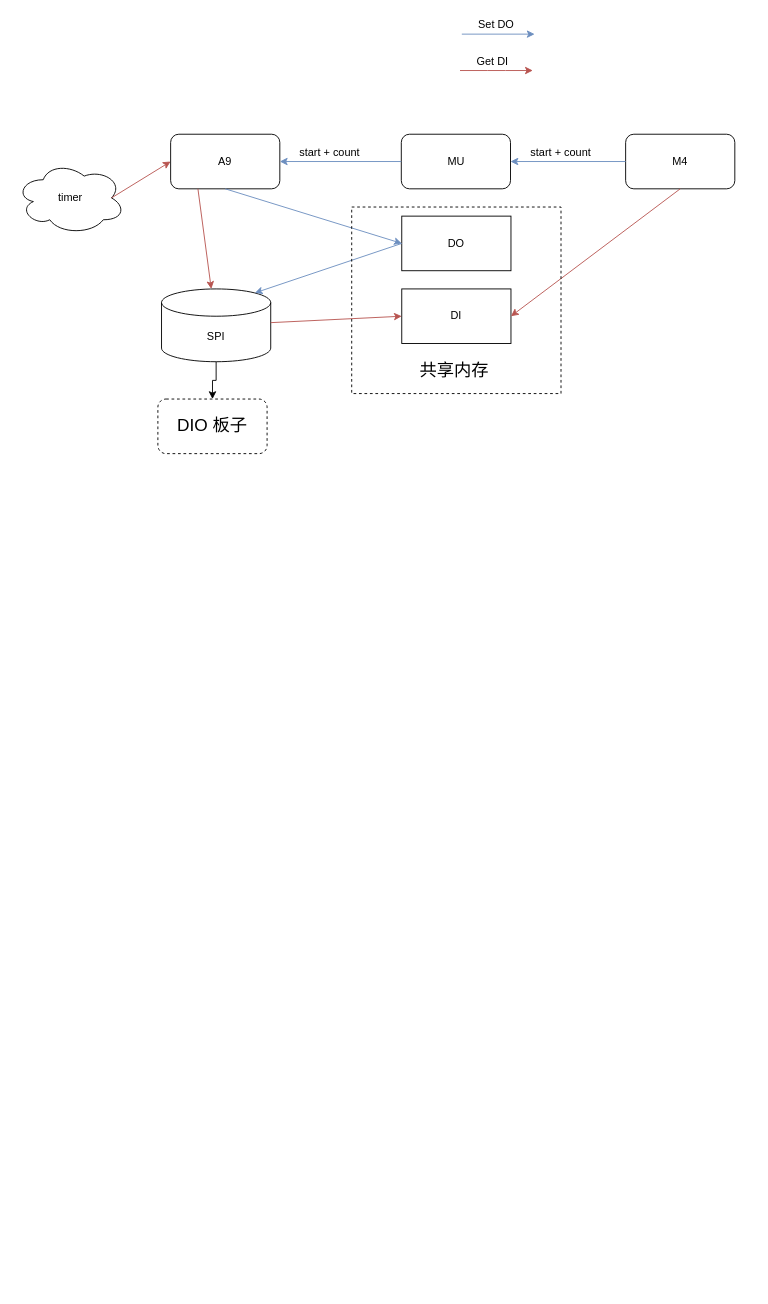
Before: page "DIO" (1 of 2) of documents/双核交互结构.drawio in iceboy0037/dut_test, a draw.io diagram. Source tidied: cells renumbered, new cells numbered last; positions are measured from the earlier drawing's top-left corner, leaving out a move shared by most shapes. Both pictures are drawn from the tidied source at 91%, with x=0, y=0 at pixel (15, 15).
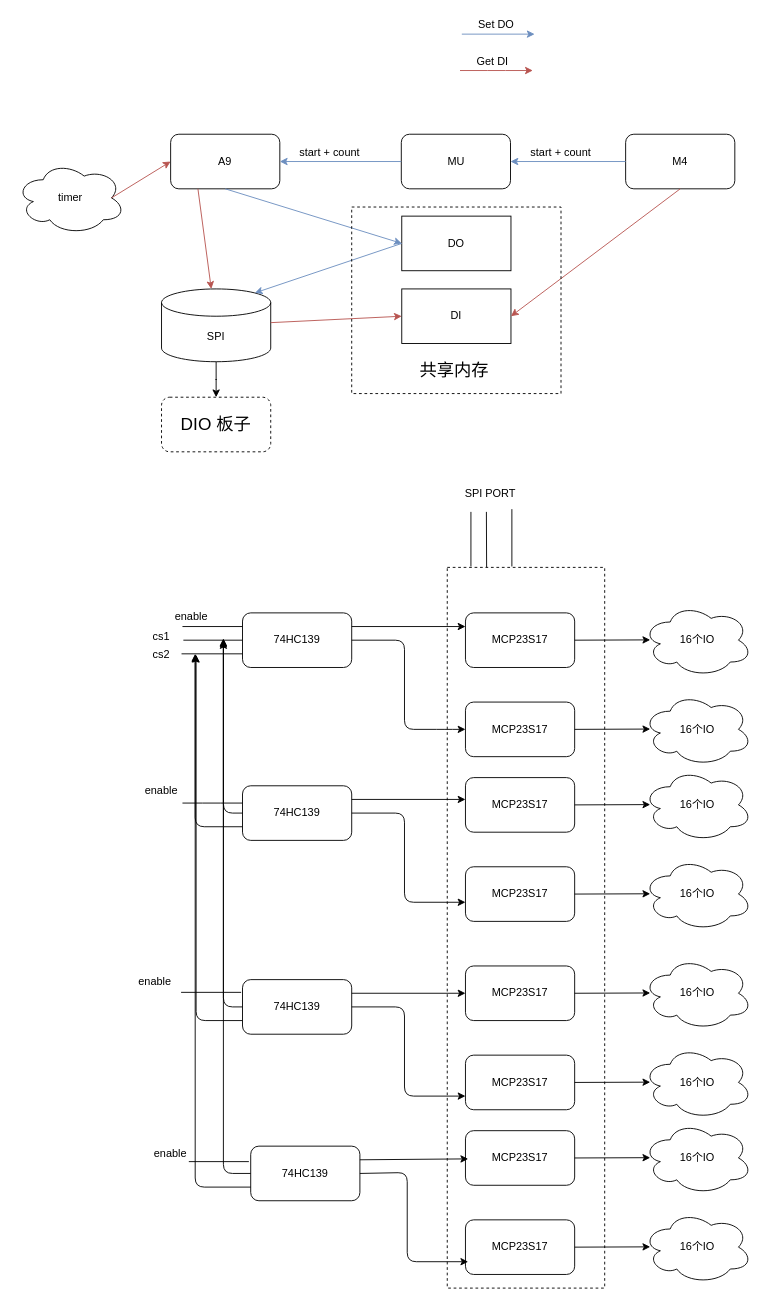
After the change.

What changed in the source:
```diff
@@
     <mxCell id="27" value="&lt;font color=&quot;#000000&quot;&gt;DIO 板子&lt;/font&gt;" style="rounded=1;whiteSpace=wrap;html=1;dashed=1;sketch=0;fillColor=none;fontSize=19;" parent="1" vertex="1">
-      <mxGeometry x="156" y="421" width="120" height="60" as="geometry" />
+      <mxGeometry x="160" y="419" width="120" height="60" as="geometry" />
     </mxCell>
+    <mxCell id="28" value="MCP23S17" style="rounded=1;whiteSpace=wrap;html=1;" parent="1" vertex="1">
+      <mxGeometry x="494" y="656" width="120" height="60" as="geometry" />
+    </mxCell>
+    <mxCell id="29" value="16个IO" style="ellipse;shape=cloud;whiteSpace=wrap;html=1;" parent="1" vertex="1">
+      <mxGeometry x="689" y="646" width="120" height="80" as="geometry" />
+    </mxCell>
+    <mxCell id="30" style="endArrow=classic;html=1;exitX=1;exitY=0.5;exitDx=0;exitDy=0;entryX=0.067;entryY=0.496;entryDx=0;entryDy=0;entryPerimeter=0;" parent="1" edge="1" source="28" target="29">
+      <mxGeometry relative="1" as="geometry" />
+    </mxCell>
+    <mxCell id="31" value="MCP23S17" style="rounded=1;whiteSpace=wrap;html=1;" parent="1" vertex="1">
+      <mxGeometry x="494" y="754" width="120" height="60" as="geometry" />
+    </mxCell>
+    <mxCell id="32" value="16个IO" style="ellipse;shape=cloud;whiteSpace=wrap;html=1;" parent="1" vertex="1">
+      <mxGeometry x="689" y="744" width="120" height="80" as="geometry" />
+    </mxCell>
+    <mxCell id="33" style="endArrow=classic;html=1;exitX=1;exitY=0.5;exitDx=0;exitDy=0;entryX=0.067;entryY=0.496;entryDx=0;entryDy=0;entryPerimeter=0;" parent="1" edge="1" source="31" target="32">
+      <mxGeometry relative="1" as="geometry" />
+    </mxCell>
+    <mxCell id="34" value="MCP23S17" style="rounded=1;whiteSpace=wrap;html=1;" parent="1" vertex="1">
+      <mxGeometry x="494" y="837" width="120" height="60" as="geometry" />
+    </mxCell>
+    <mxCell id="35" value="16个IO" style="ellipse;shape=cloud;whiteSpace=wrap;html=1;" parent="1" vertex="1">
+      <mxGeometry x="689" y="827" width="120" height="80" as="geometry" />
+    </mxCell>
+    <mxCell id="36" style="endArrow=classic;html=1;exitX=1;exitY=0.5;exitDx=0;exitDy=0;entryX=0.067;entryY=0.496;entryDx=0;entryDy=0;entryPerimeter=0;" parent="1" edge="1" source="34" target="35">
+      <mxGeometry relative="1" as="geometry" />
+    </mxCell>
+    <mxCell id="37" value="MCP23S17" style="rounded=1;whiteSpace=wrap;html=1;" parent="1" vertex="1">
+      <mxGeometry x="494" y="935" width="120" height="60" as="geometry" />
+    </mxCell>
+    <mxCell id="38" value="16个IO" style="ellipse;shape=cloud;whiteSpace=wrap;html=1;" parent="1" vertex="1">
+      <mxGeometry x="689" y="925" width="120" height="80" as="geometry" />
+    </mxCell>
+    <mxCell id="39" style="endArrow=classic;html=1;exitX=1;exitY=0.5;exitDx=0;exitDy=0;entryX=0.067;entryY=0.496;entryDx=0;entryDy=0;entryPerimeter=0;" parent="1" edge="1" source="37" target="38">
+      <mxGeometry relative="1" as="geometry" />
+    </mxCell>
+    <mxCell id="40" value="MCP23S17" style="rounded=1;whiteSpace=wrap;html=1;" parent="1" vertex="1">
+      <mxGeometry x="494" y="1044" width="120" height="60" as="geometry" />
+    </mxCell>
+    <mxCell id="41" value="16个IO" style="ellipse;shape=cloud;whiteSpace=wrap;html=1;" parent="1" vertex="1">
+      <mxGeometry x="689" y="1034" width="120" height="80" as="geometry" />
+    </mxCell>
+    <mxCell id="42" style="endArrow=classic;html=1;exitX=1;exitY=0.5;exitDx=0;exitDy=0;entryX=0.067;entryY=0.496;entryDx=0;entryDy=0;entryPerimeter=0;" parent="1" edge="1" source="40" target="41">
+      <mxGeometry relative="1" as="geometry" />
+    </mxCell>
+    <mxCell id="43" value="MCP23S17" style="rounded=1;whiteSpace=wrap;html=1;" parent="1" vertex="1">
+      <mxGeometry x="494" y="1142" width="120" height="60" as="geometry" />
+    </mxCell>
+    <mxCell id="44" value="16个IO" style="ellipse;shape=cloud;whiteSpace=wrap;html=1;" parent="1" vertex="1">
+      <mxGeometry x="689" y="1132" width="120" height="80" as="geometry" />
+    </mxCell>
+    <mxCell id="45" style="endArrow=classic;html=1;exitX=1;exitY=0.5;exitDx=0;exitDy=0;entryX=0.067;entryY=0.496;entryDx=0;entryDy=0;entryPerimeter=0;" parent="1" edge="1" source="43" target="44">
+      <mxGeometry relative="1" as="geometry" />
+    </mxCell>
+    <mxCell id="46" value="MCP23S17" style="rounded=1;whiteSpace=wrap;html=1;" parent="1" vertex="1">
+      <mxGeometry x="494" y="1225" width="120" height="60" as="geometry" />
+    </mxCell>
+    <mxCell id="47" value="16个IO" style="ellipse;shape=cloud;whiteSpace=wrap;html=1;" parent="1" vertex="1">
+      <mxGeometry x="689" y="1215" width="120" height="80" as="geometry" />
+    </mxCell>
+    <mxCell id="48" style="endArrow=classic;html=1;exitX=1;exitY=0.5;exitDx=0;exitDy=0;entryX=0.067;entryY=0.496;entryDx=0;entryDy=0;entryPerimeter=0;" parent="1" edge="1" source="46" target="47">
+      <mxGeometry relative="1" as="geometry" />
+    </mxCell>
+    <mxCell id="49" value="MCP23S17" style="rounded=1;whiteSpace=wrap;html=1;" parent="1" vertex="1">
+      <mxGeometry x="494" y="1323" width="120" height="60" as="geometry" />
+    </mxCell>
+    <mxCell id="50" value="16个IO" style="ellipse;shape=cloud;whiteSpace=wrap;html=1;" parent="1" vertex="1">
+      <mxGeometry x="689" y="1313" width="120" height="80" as="geometry" />
+    </mxCell>
+    <mxCell id="51" style="endArrow=classic;html=1;exitX=1;exitY=0.5;exitDx=0;exitDy=0;entryX=0.067;entryY=0.496;entryDx=0;entryDy=0;entryPerimeter=0;" parent="1" edge="1" source="49" target="50">
+      <mxGeometry relative="1" as="geometry" />
+    </mxCell>
+    <mxCell id="52" value="74HC139" style="rounded=1;whiteSpace=wrap;html=1;" parent="1" vertex="1">
+      <mxGeometry x="249" y="656" width="120" height="60" as="geometry" />
+    </mxCell>
+    <mxCell id="53" style="endArrow=classic;html=1;entryX=0;entryY=0.25;entryDx=0;entryDy=0;exitX=1;exitY=0.25;exitDx=0;exitDy=0;" parent="1" edge="1" source="52" target="28">
+      <mxGeometry relative="1" as="geometry" />
+    </mxCell>
+    <mxCell id="54" style="endArrow=classic;html=1;entryX=0;entryY=0.5;entryDx=0;entryDy=0;exitX=1;exitY=0.5;exitDx=0;exitDy=0;" parent="1" edge="1" source="52" target="31">
+      <mxGeometry relative="1" as="geometry">
+        <Array as="points">
+          <mxPoint x="427" y="686" />
+          <mxPoint x="427" y="784" />
+          <mxPoint x="472" y="784" />
+        </Array>
+      </mxGeometry>
+    </mxCell>
+    <mxCell id="55" value="74HC139" style="rounded=1;whiteSpace=wrap;html=1;" parent="1" vertex="1">
+      <mxGeometry x="249" y="846" width="120" height="60" as="geometry" />
+    </mxCell>
+    <mxCell id="56" style="endArrow=classic;html=1;entryX=0;entryY=0.25;entryDx=0;entryDy=0;exitX=1;exitY=0.25;exitDx=0;exitDy=0;" parent="1" edge="1" source="55">
+      <mxGeometry relative="1" as="geometry">
+        <mxPoint x="494" y="861" as="targetPoint" />
+      </mxGeometry>
+    </mxCell>
+    <mxCell id="57" style="endArrow=classic;html=1;entryX=0;entryY=0.5;entryDx=0;entryDy=0;exitX=1;exitY=0.5;exitDx=0;exitDy=0;" parent="1" edge="1" source="55">
+      <mxGeometry relative="1" as="geometry">
+        <mxPoint x="494" y="974" as="targetPoint" />
+        <Array as="points">
+          <mxPoint x="427" y="876" />
+          <mxPoint x="427" y="974" />
+        </Array>
+      </mxGeometry>
+    </mxCell>
+    <mxCell id="58" value="74HC139" style="rounded=1;whiteSpace=wrap;html=1;" parent="1" vertex="1">
+      <mxGeometry x="249" y="1059" width="120" height="60" as="geometry" />
+    </mxCell>
+    <mxCell id="59" style="endArrow=classic;html=1;entryX=0;entryY=0.25;entryDx=0;entryDy=0;exitX=1;exitY=0.25;exitDx=0;exitDy=0;" parent="1" edge="1" source="58">
+      <mxGeometry relative="1" as="geometry">
+        <mxPoint x="494" y="1074" as="targetPoint" />
+      </mxGeometry>
+    </mxCell>
+    <mxCell id="60" style="endArrow=classic;html=1;entryX=0;entryY=0.5;entryDx=0;entryDy=0;exitX=1;exitY=0.5;exitDx=0;exitDy=0;" parent="1" edge="1" source="58">
+      <mxGeometry relative="1" as="geometry">
+        <mxPoint x="494" y="1187" as="targetPoint" />
+        <Array as="points">
+          <mxPoint x="427" y="1089" />
+          <mxPoint x="427" y="1187" />
+        </Array>
+      </mxGeometry>
+    </mxCell>
+    <mxCell id="61" value="74HC139" style="rounded=1;whiteSpace=wrap;html=1;" parent="1" vertex="1">
+      <mxGeometry x="258" y="1242" width="120" height="60" as="geometry" />
+    </mxCell>
+    <mxCell id="62" style="endArrow=classic;html=1;entryX=0;entryY=0.25;entryDx=0;entryDy=0;exitX=1;exitY=0.25;exitDx=0;exitDy=0;" parent="1" edge="1" source="61">
+      <mxGeometry relative="1" as="geometry">
+        <mxPoint x="497" y="1256" as="targetPoint" />
+      </mxGeometry>
+    </mxCell>
+    <mxCell id="63" style="endArrow=classic;html=1;entryX=0;entryY=0.5;entryDx=0;entryDy=0;exitX=1;exitY=0.5;exitDx=0;exitDy=0;" parent="1" edge="1" source="61">
+      <mxGeometry relative="1" as="geometry">
+        <mxPoint x="497" y="1369" as="targetPoint" />
+        <Array as="points">
+          <mxPoint x="430" y="1271" />
+          <mxPoint x="430" y="1369" />
+        </Array>
+      </mxGeometry>
+    </mxCell>
+    <mxCell id="64" style="endArrow=none;html=1;entryX=0;entryY=0.25;entryDx=0;entryDy=0;" parent="1" edge="1" target="52">
+      <mxGeometry relative="1" as="geometry">
+        <mxPoint x="183" y="671" as="sourcePoint" />
+      </mxGeometry>
+    </mxCell>
+    <mxCell id="65" style="endArrow=none;html=1;entryX=0;entryY=0.5;entryDx=0;entryDy=0;" parent="1" edge="1" target="52">
+      <mxGeometry relative="1" as="geometry">
+        <mxPoint x="184" y="686" as="sourcePoint" />
+      </mxGeometry>
+    </mxCell>
+    <mxCell id="66" style="endArrow=none;html=1;entryX=0;entryY=0.75;entryDx=0;entryDy=0;" parent="1" edge="1" target="52">
+      <mxGeometry relative="1" as="geometry">
+        <mxPoint x="182" y="701" as="sourcePoint" />
+      </mxGeometry>
+    </mxCell>
+    <mxCell id="67" value="enable" style="text;html=1;strokeColor=none;fillColor=none;align=center;verticalAlign=middle;whiteSpace=wrap;rounded=0;" parent="1" vertex="1">
+      <mxGeometry x="173" y="650" width="40" height="20" as="geometry" />
+    </mxCell>
+    <mxCell id="68" value="cs1" style="text;html=1;strokeColor=none;fillColor=none;align=center;verticalAlign=middle;whiteSpace=wrap;rounded=0;" parent="1" vertex="1">
+      <mxGeometry x="140" y="672" width="40" height="20" as="geometry" />
+    </mxCell>
+    <mxCell id="69" value="cs2" style="text;html=1;strokeColor=none;fillColor=none;align=center;verticalAlign=middle;whiteSpace=wrap;rounded=0;" parent="1" vertex="1">
+      <mxGeometry x="140" y="692" width="40" height="20" as="geometry" />
+    </mxCell>
+    <mxCell id="70" style="endArrow=none;html=1;entryX=0;entryY=0.25;entryDx=0;entryDy=0;" parent="1" edge="1">
+      <mxGeometry relative="1" as="geometry">
+        <mxPoint x="183" y="865" as="sourcePoint" />
+        <mxPoint x="249" y="865" as="targetPoint" />
+        <Array as="points">
+          <mxPoint x="215" y="865" />
+        </Array>
+      </mxGeometry>
+    </mxCell>
+    <mxCell id="71" value="enable" style="text;html=1;strokeColor=none;fillColor=none;align=center;verticalAlign=middle;whiteSpace=wrap;rounded=0;" parent="1" vertex="1">
+      <mxGeometry x="140" y="842" width="40" height="20" as="geometry" />
+    </mxCell>
+    <mxCell id="72" style="endArrow=none;html=1;entryX=0;entryY=0.25;entryDx=0;entryDy=0;" parent="1" edge="1">
+      <mxGeometry relative="1" as="geometry">
+        <mxPoint x="181.5" y="1073" as="sourcePoint" />
+        <mxPoint x="247.5" y="1073" as="targetPoint" />
+      </mxGeometry>
+    </mxCell>
+    <mxCell id="73" value="enable" style="text;html=1;strokeColor=none;fillColor=none;align=center;verticalAlign=middle;whiteSpace=wrap;rounded=0;" parent="1" vertex="1">
+      <mxGeometry x="133" y="1051" width="40" height="20" as="geometry" />
+    </mxCell>
+    <mxCell id="74" style="endArrow=none;html=1;entryX=0;entryY=0.25;entryDx=0;entryDy=0;" parent="1" edge="1">
+      <mxGeometry relative="1" as="geometry">
+        <mxPoint x="190" y="1259" as="sourcePoint" />
+        <mxPoint x="256" y="1259" as="targetPoint" />
+      </mxGeometry>
+    </mxCell>
+    <mxCell id="75" value="enable" style="text;html=1;strokeColor=none;fillColor=none;align=center;verticalAlign=middle;whiteSpace=wrap;rounded=0;" parent="1" vertex="1">
+      <mxGeometry x="150" y="1240" width="40" height="20" as="geometry" />
+    </mxCell>
+    <mxCell id="76" style="endArrow=classic;html=1;exitX=0;exitY=0.5;exitDx=0;exitDy=0;" parent="1" edge="1" source="55">
+      <mxGeometry relative="1" as="geometry">
+        <mxPoint x="228" y="684" as="targetPoint" />
+        <Array as="points">
+          <mxPoint x="228" y="876" />
+        </Array>
+      </mxGeometry>
+    </mxCell>
+    <mxCell id="77" style="endArrow=classic;html=1;exitX=0;exitY=0.5;exitDx=0;exitDy=0;" parent="1" edge="1" source="58">
+      <mxGeometry relative="1" as="geometry">
+        <mxPoint x="228" y="685" as="targetPoint" />
+        <Array as="points">
+          <mxPoint x="228" y="1089" />
+        </Array>
+      </mxGeometry>
+    </mxCell>
+    <mxCell id="78" style="endArrow=classic;html=1;exitX=0;exitY=0.5;exitDx=0;exitDy=0;" parent="1" edge="1" source="61">
+      <mxGeometry relative="1" as="geometry">
+        <mxPoint x="228" y="687" as="targetPoint" />
+        <Array as="points">
+          <mxPoint x="228" y="1272" />
+        </Array>
+      </mxGeometry>
+    </mxCell>
+    <mxCell id="79" style="endArrow=classic;html=1;exitX=0;exitY=0.75;exitDx=0;exitDy=0;" parent="1" edge="1" source="55">
+      <mxGeometry relative="1" as="geometry">
+        <mxPoint x="197" y="701" as="targetPoint" />
+        <Array as="points">
+          <mxPoint x="197" y="891" />
+        </Array>
+      </mxGeometry>
+    </mxCell>
+    <mxCell id="80" style="endArrow=classic;html=1;exitX=0;exitY=0.75;exitDx=0;exitDy=0;" parent="1" edge="1" source="58">
+      <mxGeometry relative="1" as="geometry">
+        <mxPoint x="198" y="702" as="targetPoint" />
+        <Array as="points">
+          <mxPoint x="198" y="1104" />
+        </Array>
+      </mxGeometry>
+    </mxCell>
+    <mxCell id="81" style="endArrow=classic;html=1;exitX=0;exitY=0.75;exitDx=0;exitDy=0;" parent="1" edge="1" source="61">
+      <mxGeometry relative="1" as="geometry">
+        <mxPoint x="197" y="702" as="targetPoint" />
+        <Array as="points">
+          <mxPoint x="197" y="1287" />
+        </Array>
+      </mxGeometry>
+    </mxCell>
+    <mxCell id="82" style="rounded=0;whiteSpace=wrap;html=1;dashed=1;fillColor=none;" parent="1" vertex="1">
+      <mxGeometry x="474" y="606" width="173" height="792" as="geometry" />
+    </mxCell>
+    <mxCell id="83" value="SPI PORT" style="text;html=1;strokeColor=none;fillColor=none;align=center;verticalAlign=middle;whiteSpace=wrap;rounded=0;dashed=1;" parent="1" vertex="1">
+      <mxGeometry x="462" y="515" width="119" height="20" as="geometry" />
+    </mxCell>
+    <mxCell id="84" style="endArrow=none;html=1;" parent="1" edge="1">
+      <mxGeometry relative="1" as="geometry">
+        <mxPoint x="500" y="605" as="sourcePoint" />
+        <mxPoint x="500" y="545" as="targetPoint" />
+      </mxGeometry>
+    </mxCell>
+    <mxCell id="85" style="endArrow=none;html=1;" parent="1" edge="1">
+      <mxGeometry relative="1" as="geometry">
+        <mxPoint x="545" y="605" as="sourcePoint" />
+        <mxPoint x="545" y="542" as="targetPoint" />
+      </mxGeometry>
+    </mxCell>
+    <mxCell id="86" style="endArrow=none;html=1;exitX=0.25;exitY=0;exitDx=0;exitDy=0;" parent="1" edge="1" source="82">
+      <mxGeometry relative="1" as="geometry">
+        <mxPoint x="517" y="545" as="targetPoint" />
+      </mxGeometry>
+    </mxCell>
```
